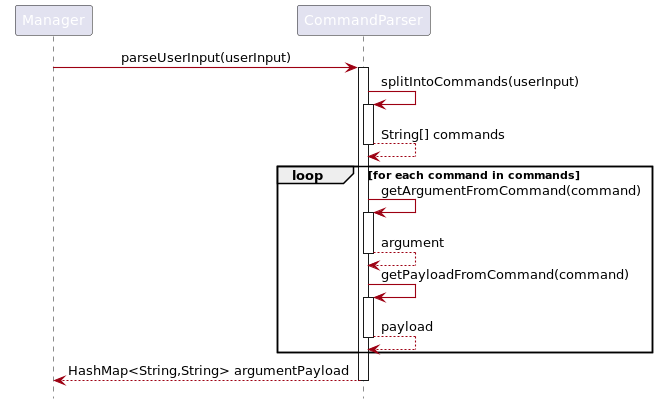
Above: docs/diagrams/CommandParserSequence.png in wenxin-c/tp (PlantUML), before the change.
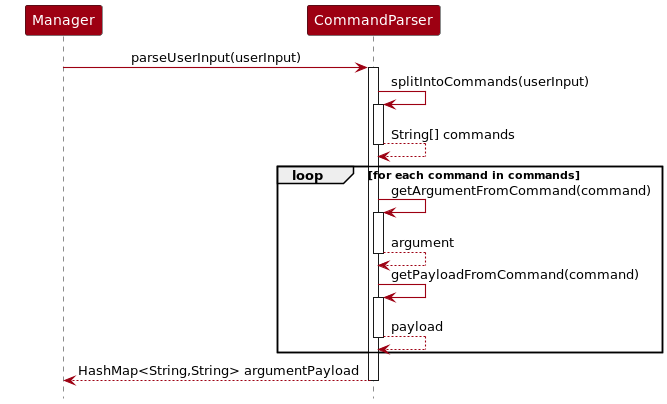
Above is the later version.

Commit message:
Update diagram colors

Change to the diagram source:
```diff
@@ -4,6 +4,9 @@
 skinparam arrowColor MODEL_COLOR
 skinparam classBackgroundColor MODEL_COLOR
 hide footbox
+
+participant Manager MODEL_COLOR
+participant CommandParser MODEL_COLOR
 
 Manager -> CommandParser : parseUserInput(userInput)
 activate CommandParser
```
